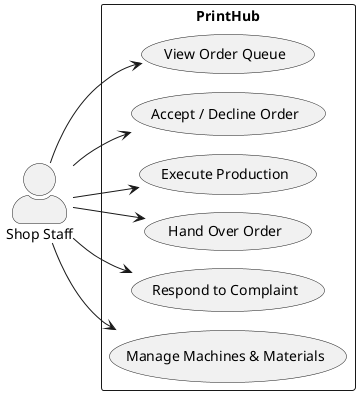
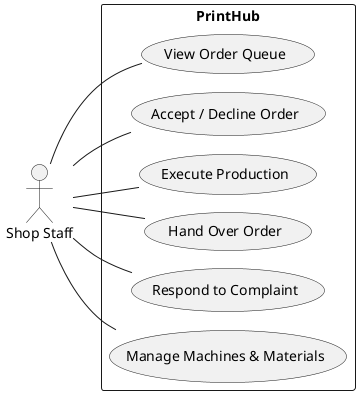
' Use case diagram — Shop Staff (PlantUML, Smetana).
- ' Staff perform operational tasks only — no pricing, staffing, or revenue.
+ ' Actor = stick figure; actor–use case = plain solid line (no arrowhead).
@startuml
!pragma layout smetana
left to right direction
- skinparam packageStyle rectangle
- skinparam actorStyle awesome

actor "Shop Staff" as S

rectangle PrintHub {
  usecase "View Order Queue" as UC31
  usecase "Accept / Decline Order" as UC32
  usecase "Execute Production" as UC33
  usecase "Hand Over Order" as UC34
  usecase "Respond to Complaint" as UC35
  usecase "Manage Machines & Materials" as UC28
}

- S --> UC31
- S --> UC32
- S --> UC33
- S --> UC34
- S --> UC35
- S --> UC28
+ S -- UC31
+ S -- UC32
+ S -- UC33
+ S -- UC34
+ S -- UC35
+ S -- UC28
@enduml
